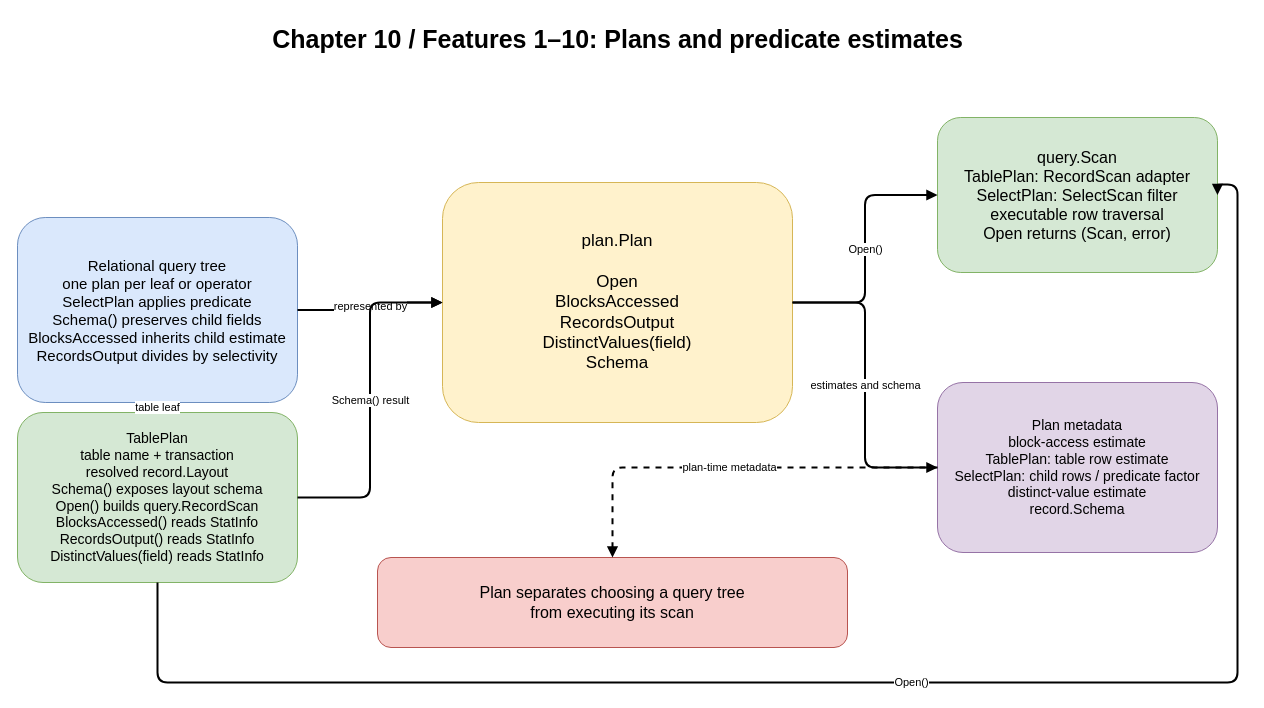
Earlier version of the draw.io diagram docs/diagrams/ch10-plan-contract.drawio (Rwatana/simledb_in_go). Source tidied: cells renumbered, new cells numbered last; positions are measured from the earlier drawing's top-left corner, leaving out a move shared by most shapes. Both pictures are drawn from the tidied source at 100%, with x=0, y=0 at pixel (17, 17).
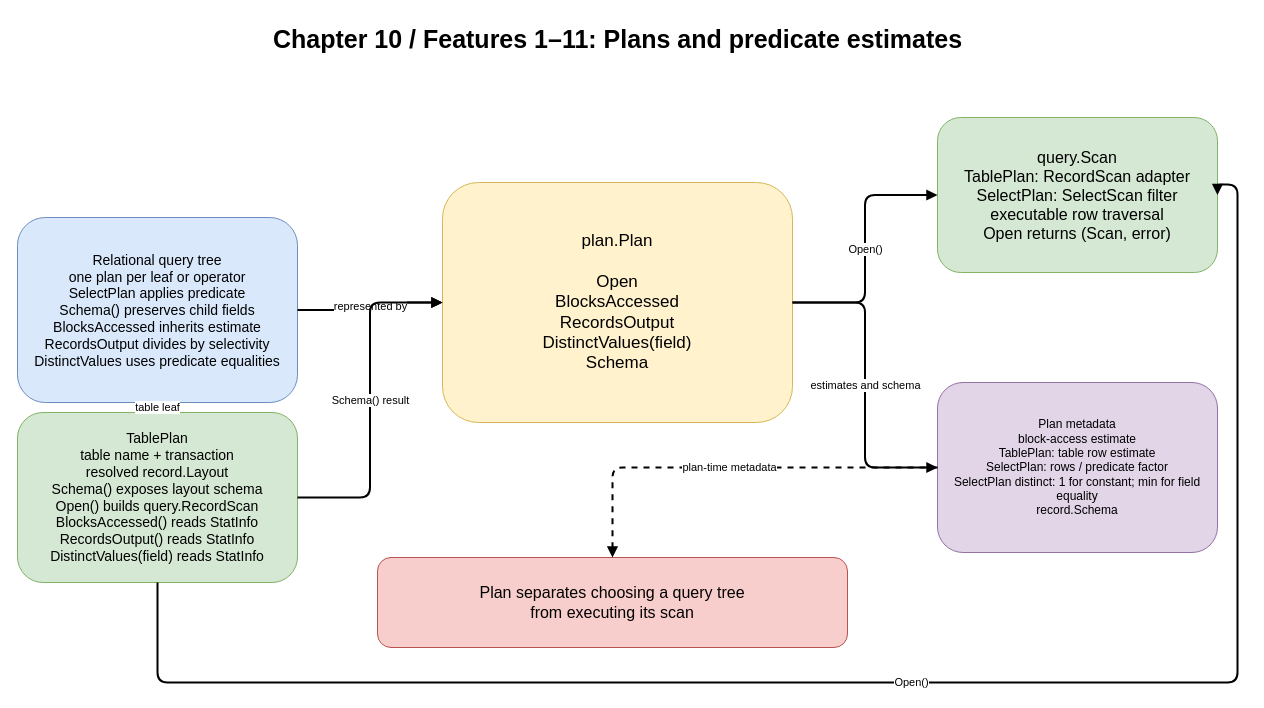
The same diagram, later.

Commit message (it also covers changes not shown here):
feat: estimate select plan distinct values

Diff of the diagram source:
```diff
@@
 <mxGraphModel>
   <root>
     <mxCell id="0" />
     <mxCell id="1" parent="0" />
-    <mxCell id="2" value="Chapter 10 / Features 1–10: Plans and predicate estimates" style="text;html=1;align=center;fontSize=25;fontStyle=1;" parent="1" vertex="1">
+    <mxCell id="2" value="Chapter 10 / Features 1–11: Plans and predicate estimates" style="text;html=1;align=center;fontSize=25;fontStyle=1;" parent="1" vertex="1">
       <mxGeometry x="100" width="1000" height="55" as="geometry" />
     </mxCell>
-    <mxCell id="3" value="Relational query tree&#10;one plan per leaf or operator&#10;SelectPlan applies predicate&#10;Schema() preserves child fields&#10;BlocksAccessed inherits child estimate&#10;RecordsOutput divides by selectivity" style="rounded=1;whiteSpace=wrap;html=1;fillColor=#dae8fc;strokeColor=#6c8ebf;fontSize=15;" parent="1" vertex="1">
+    <mxCell id="3" value="Relational query tree&#10;one plan per leaf or operator&#10;SelectPlan applies predicate&#10;Schema() preserves child fields&#10;BlocksAccessed inherits estimate&#10;RecordsOutput divides by selectivity&#10;DistinctValues uses predicate equalities" style="rounded=1;whiteSpace=wrap;html=1;fillColor=#dae8fc;strokeColor=#6c8ebf;fontSize=14;" parent="1" vertex="1">
       <mxGeometry y="200" width="280" height="185" as="geometry" />
     </mxCell>
     <mxCell id="4" value="TablePlan&#10;table name + transaction&#10;resolved record.Layout&#10;Schema() exposes layout schema&#10;Open() builds query.RecordScan&#10;BlocksAccessed() reads StatInfo&#10;RecordsOutput() reads StatInfo&#10;DistinctValues(field) reads StatInfo" style="rounded=1;whiteSpace=wrap;html=1;fillColor=#d5e8d4;strokeColor=#82b366;fontSize=14;" parent="1" vertex="1">
       <mxGeometry y="395" width="280" height="170" as="geometry" />
     </mxCell>
     <mxCell id="5" value="plan.Plan&#10;&#10;Open&#10;BlocksAccessed&#10;RecordsOutput&#10;DistinctValues(field)&#10;Schema" style="rounded=1;whiteSpace=wrap;html=1;fillColor=#fff2cc;strokeColor=#d6b656;fontSize=17;" parent="1" vertex="1">
       <mxGeometry x="425" y="165" width="350" height="240" as="geometry" />
     </mxCell>
     <mxCell id="6" value="query.Scan&#10;TablePlan: RecordScan adapter&#10;SelectPlan: SelectScan filter&#10;executable row traversal&#10;Open returns (Scan, error)" style="rounded=1;whiteSpace=wrap;html=1;fillColor=#d5e8d4;strokeColor=#82b366;fontSize=16;" parent="1" vertex="1">
       <mxGeometry x="920" y="100" width="280" height="155" as="geometry" />
     </mxCell>
-    <mxCell id="7" value="Plan metadata&#10;block-access estimate&#10;TablePlan: table row estimate&#10;SelectPlan: child rows / predicate factor&#10;distinct-value estimate&#10;record.Schema" style="rounded=1;whiteSpace=wrap;html=1;fillColor=#e1d5e7;strokeColor=#9673a6;fontSize=14;" parent="1" vertex="1">
+    <mxCell id="7" value="Plan metadata&#10;block-access estimate&#10;TablePlan: table row estimate&#10;SelectPlan: rows / predicate factor&#10;SelectPlan distinct: 1 for constant; min for field equality&#10;record.Schema" style="rounded=1;whiteSpace=wrap;html=1;fillColor=#e1d5e7;strokeColor=#9673a6;fontSize=12;" parent="1" vertex="1">
       <mxGeometry x="920" y="365" width="280" height="170" as="geometry" />
     </mxCell>
     <mxCell id="8" value="Plan separates choosing a query tree&#10;from executing its scan" style="rounded=1;whiteSpace=wrap;html=1;fillColor=#f8cecc;strokeColor=#b85450;fontSize=16;" parent="1" vertex="1">
       <mxGeometry x="360" y="540" width="470" height="90" as="geometry" />
     </mxCell>
     <mxCell id="9" value="represented by" style="edgeStyle=orthogonalEdgeStyle;html=1;endArrow=block;strokeWidth=2;" parent="1" edge="1" source="3" target="5">
       <mxGeometry relative="1" as="geometry" />
     </mxCell>
     <mxCell id="10" value="table leaf" style="edgeStyle=orthogonalEdgeStyle;html=1;endArrow=block;strokeWidth=2;" parent="1" edge="1" source="3" target="4">
       <mxGeometry relative="1" as="geometry" />
     </mxCell>
     <mxCell id="11" value="Schema() result" style="edgeStyle=orthogonalEdgeStyle;html=1;endArrow=block;strokeWidth=2;" parent="1" edge="1" source="4" target="5">
       <mxGeometry relative="1" as="geometry" />
     </mxCell>
     <mxCell id="12" value="Open()" style="edgeStyle=orthogonalEdgeStyle;html=1;endArrow=block;strokeWidth=2;exitX=0.5;exitY=1;exitDx=0;exitDy=0;entryX=1;entryY=0.5;entryDx=0;entryDy=0;" parent="1" edge="1" source="4" target="6">
       <mxGeometry relative="1" as="geometry">
         <Array as="points">
           <mxPoint x="140" y="665" />
           <mxPoint x="1220" y="665" />
           <mxPoint x="1220" y="167" />
         </Array>
       </mxGeometry>
     </mxCell>
     <mxCell id="13" value="Open()" style="edgeStyle=orthogonalEdgeStyle;html=1;endArrow=block;strokeWidth=2;" parent="1" edge="1" source="5" target="6">
       <mxGeometry relative="1" as="geometry" />
     </mxCell>
     <mxCell id="14" value="estimates and schema" style="edgeStyle=orthogonalEdgeStyle;html=1;endArrow=block;strokeWidth=2;" parent="1" edge="1" source="5" target="7">
       <mxGeometry relative="1" as="geometry" />
     </mxCell>
     <mxCell id="15" value="plan-time metadata" style="edgeStyle=orthogonalEdgeStyle;html=1;endArrow=block;strokeWidth=2;dashed=1;" parent="1" edge="1" source="7" target="8">
       <mxGeometry relative="1" as="geometry" />
     </mxCell>
   </root>
 </mxGraphModel>
```
